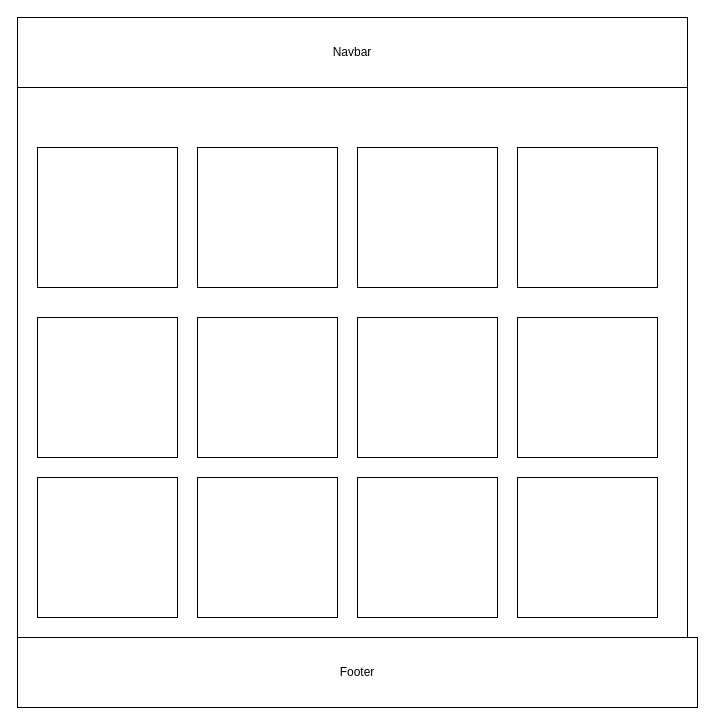
Before: Structure/home.drawio in TheDarkLord23/Tutor-Masters, a draw.io diagram. Source tidied: cells renumbered, new cells numbered last; positions are measured from the earlier drawing's top-left corner, leaving out a move shared by most shapes. Both pictures are drawn from the tidied source at 100%, with x=0, y=0 at pixel (17, 17).
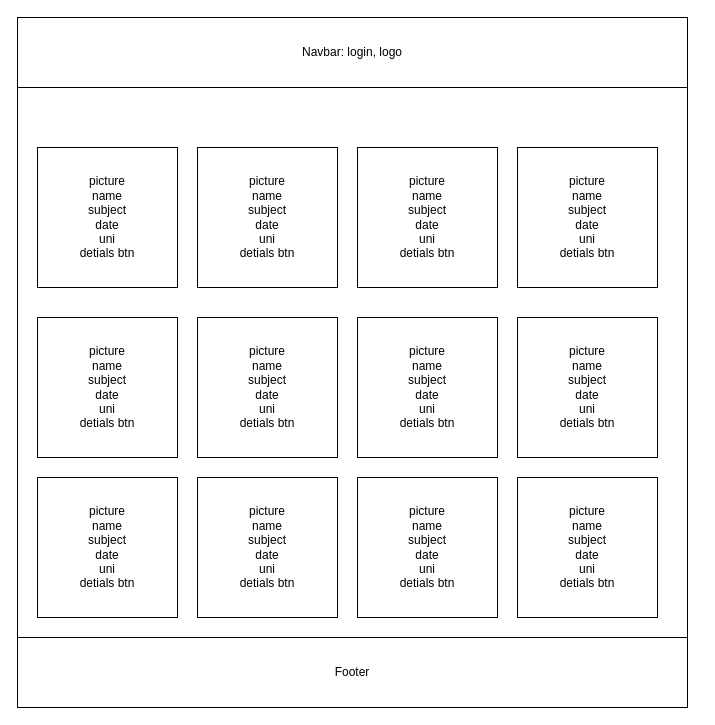
After the change.

Change to the diagram source:
```diff
@@
 <mxGraphModel>
   <root>
     <mxCell id="0" />
     <mxCell id="1" parent="0" />
     <mxCell id="2" style="whiteSpace=wrap;html=1;" parent="1" vertex="1">
       <mxGeometry width="670" height="670" as="geometry" />
     </mxCell>
-    <mxCell id="3" value="Navbar" style="rounded=0;whiteSpace=wrap;html=1;" parent="1" vertex="1">
+    <mxCell id="3" value="Navbar: login, logo" style="rounded=0;whiteSpace=wrap;html=1;" parent="1" vertex="1">
       <mxGeometry width="670" height="70" as="geometry" />
     </mxCell>
     <mxCell id="4" value="Footer" style="rounded=0;whiteSpace=wrap;html=1;" parent="1" vertex="1">
-      <mxGeometry y="620" width="680" height="70" as="geometry" />
+      <mxGeometry y="620" width="670" height="70" as="geometry" />
     </mxCell>
-    <mxCell id="5" style="whiteSpace=wrap;html=1;" parent="1" vertex="1">
+    <mxCell id="5" value="picture&lt;br&gt;name&lt;br&gt;subject&lt;br&gt;date&lt;br&gt;uni&lt;br&gt;detials btn" style="whiteSpace=wrap;html=1;" parent="1" vertex="1">
       <mxGeometry x="20" y="130" width="140" height="140" as="geometry" />
     </mxCell>
-    <mxCell id="6" style="whiteSpace=wrap;html=1;" parent="1" vertex="1">
+    <mxCell id="6" value="picture&lt;br&gt;name&lt;br&gt;subject&lt;br&gt;date&lt;br&gt;uni&lt;br&gt;detials btn" style="whiteSpace=wrap;html=1;" parent="1" vertex="1">
       <mxGeometry x="180" y="130" width="140" height="140" as="geometry" />
     </mxCell>
-    <mxCell id="7" style="whiteSpace=wrap;html=1;" parent="1" vertex="1">
+    <mxCell id="7" value="picture&lt;br&gt;name&lt;br&gt;subject&lt;br&gt;date&lt;br&gt;uni&lt;br&gt;detials btn" style="whiteSpace=wrap;html=1;" parent="1" vertex="1">
       <mxGeometry x="340" y="130" width="140" height="140" as="geometry" />
     </mxCell>
-    <mxCell id="8" style="whiteSpace=wrap;html=1;" parent="1" vertex="1">
+    <mxCell id="8" value="picture&lt;br&gt;name&lt;br&gt;subject&lt;br&gt;date&lt;br&gt;uni&lt;br&gt;detials btn" style="whiteSpace=wrap;html=1;" parent="1" vertex="1">
       <mxGeometry x="500" y="130" width="140" height="140" as="geometry" />
     </mxCell>
-    <mxCell id="9" style="whiteSpace=wrap;html=1;" parent="1" vertex="1">
+    <mxCell id="9" value="picture&lt;br&gt;name&lt;br&gt;subject&lt;br&gt;date&lt;br&gt;uni&lt;br&gt;detials btn" style="whiteSpace=wrap;html=1;" parent="1" vertex="1">
       <mxGeometry x="20" y="300" width="140" height="140" as="geometry" />
     </mxCell>
-    <mxCell id="10" style="whiteSpace=wrap;html=1;" parent="1" vertex="1">
+    <mxCell id="10" value="picture&lt;br&gt;name&lt;br&gt;subject&lt;br&gt;date&lt;br&gt;uni&lt;br&gt;detials btn" style="whiteSpace=wrap;html=1;" parent="1" vertex="1">
       <mxGeometry x="180" y="300" width="140" height="140" as="geometry" />
     </mxCell>
-    <mxCell id="11" style="whiteSpace=wrap;html=1;" parent="1" vertex="1">
+    <mxCell id="11" value="picture&lt;br&gt;name&lt;br&gt;subject&lt;br&gt;date&lt;br&gt;uni&lt;br&gt;detials btn" style="whiteSpace=wrap;html=1;" parent="1" vertex="1">
       <mxGeometry x="340" y="300" width="140" height="140" as="geometry" />
     </mxCell>
-    <mxCell id="12" style="whiteSpace=wrap;html=1;" parent="1" vertex="1">
+    <mxCell id="12" value="picture&lt;br&gt;name&lt;br&gt;subject&lt;br&gt;date&lt;br&gt;uni&lt;br&gt;detials btn" style="whiteSpace=wrap;html=1;" parent="1" vertex="1">
       <mxGeometry x="500" y="300" width="140" height="140" as="geometry" />
     </mxCell>
-    <mxCell id="13" style="whiteSpace=wrap;html=1;" parent="1" vertex="1">
+    <mxCell id="13" value="picture&lt;br&gt;name&lt;br&gt;subject&lt;br&gt;date&lt;br&gt;uni&lt;br&gt;detials btn" style="whiteSpace=wrap;html=1;" parent="1" vertex="1">
       <mxGeometry x="20" y="460" width="140" height="140" as="geometry" />
     </mxCell>
-    <mxCell id="14" style="whiteSpace=wrap;html=1;" parent="1" vertex="1">
+    <mxCell id="14" value="picture&lt;br&gt;name&lt;br&gt;subject&lt;br&gt;date&lt;br&gt;uni&lt;br&gt;detials btn" style="whiteSpace=wrap;html=1;" parent="1" vertex="1">
       <mxGeometry x="180" y="460" width="140" height="140" as="geometry" />
     </mxCell>
-    <mxCell id="15" style="whiteSpace=wrap;html=1;" parent="1" vertex="1">
+    <mxCell id="15" value="picture&lt;br&gt;name&lt;br&gt;subject&lt;br&gt;date&lt;br&gt;uni&lt;br&gt;detials btn" style="whiteSpace=wrap;html=1;" parent="1" vertex="1">
       <mxGeometry x="340" y="460" width="140" height="140" as="geometry" />
     </mxCell>
-    <mxCell id="16" style="whiteSpace=wrap;html=1;" parent="1" vertex="1">
+    <mxCell id="16" value="picture&lt;br&gt;name&lt;br&gt;subject&lt;br&gt;date&lt;br&gt;uni&lt;br&gt;detials btn" style="whiteSpace=wrap;html=1;" parent="1" vertex="1">
       <mxGeometry x="500" y="460" width="140" height="140" as="geometry" />
     </mxCell>
   </root>
 </mxGraphModel>
```
